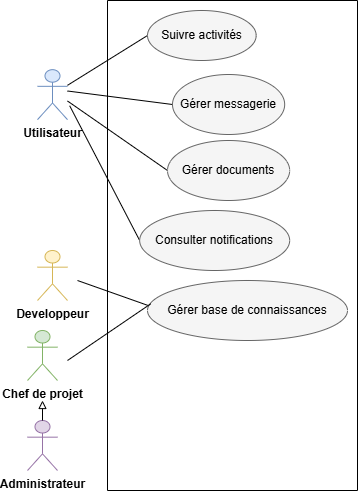
rihab-dev/Rapport-PFE keeps this draw.io diagram as Images/Diagramme cas d'utilisation Sprint 4.drawio.png. Above is the earlier version. Source tidied: cells renumbered, new cells last; positions are measured from the earlier drawing's top-left corner, leaving out a move shared by most shapes.
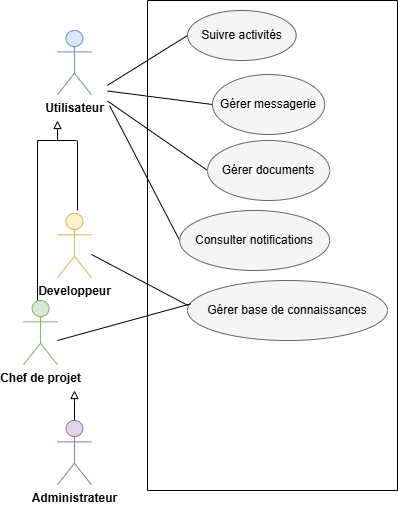
Above is the later version.

What changed in the source:
```diff
@@ -2,30 +2,29 @@
   <root>
     <mxCell id="0" />
     <mxCell id="1" parent="0" />
-    <mxCell id="2" value="&lt;b&gt;Utilisateur&lt;/b&gt;" style="shape=umlActor;verticalLabelPosition=bottom;verticalAlign=top;html=1;outlineConnect=0;fillColor=#dae8fc;strokeColor=#6c8ebf;" parent="1" vertex="1">
-      <mxGeometry x="10" y="69.2" width="30" height="50" as="geometry" />
-    </mxCell>
-    <mxCell id="3" style="endArrow=none;html=1;rounded=0;entryX=0;entryY=0.5;entryDx=0;entryDy=0;" parent="1" edge="1" source="2" target="6">
-      <mxGeometry relative="1" as="geometry" />
-    </mxCell>
-    <mxCell id="4" style="endArrow=none;html=1;rounded=0;entryX=0;entryY=0.5;entryDx=0;entryDy=0;" parent="1" edge="1" target="10">
-      <mxGeometry relative="1" as="geometry">
-        <mxPoint x="40" y="100.5" as="sourcePoint" />
-      </mxGeometry>
-    </mxCell>
-    <mxCell id="5" style="endArrow=none;html=1;rounded=0;entryX=0;entryY=0.5;entryDx=0;entryDy=0;" parent="1" edge="1" target="11">
-      <mxGeometry relative="1" as="geometry">
-        <mxPoint x="40" y="90.5" as="sourcePoint" />
-      </mxGeometry>
-    </mxCell>
+    <mxCell id="19" style="endArrow=none;html=1;rounded=0;entryX=0;entryY=0.5;entryDx=0;entryDy=0;" parent="1" edge="1" target="6">
+      <mxGeometry relative="1" as="geometry">
+        <mxPoint x="40" y="84.8" as="sourcePoint" />
+      </mxGeometry>
+    </mxCell>
+    <mxCell id="20" style="endArrow=none;html=1;rounded=0;entryX=0;entryY=0.5;entryDx=0;entryDy=0;" parent="1" edge="1" target="10">
+      <mxGeometry relative="1" as="geometry">
+        <mxPoint x="40" y="100.5" as="sourcePoint" />
+      </mxGeometry>
+    </mxCell>
+    <mxCell id="21" style="endArrow=none;html=1;rounded=0;entryX=0;entryY=0.5;entryDx=0;entryDy=0;" parent="1" edge="1" target="11">
+      <mxGeometry relative="1" as="geometry">
+        <mxPoint x="40" y="90.5" as="sourcePoint" />
+      </mxGeometry>
+    </mxCell>
     <mxCell id="6" value="&lt;span style=&quot;white-space: pre-wrap;&quot;&gt;Suivre activités&lt;/span&gt;" style="ellipse;whiteSpace=wrap;html=1;fillColor=#f5f5f5;fontColor=#000000;strokeColor=#666666;" parent="1" vertex="1">
       <mxGeometry x="120" y="10" width="108.7" height="50" as="geometry" />
     </mxCell>
-    <mxCell id="7" style="endArrow=none;html=1;rounded=0;entryX=0;entryY=0.5;entryDx=0;entryDy=0;" parent="1" edge="1" target="9">
-      <mxGeometry relative="1" as="geometry">
-        <mxPoint x="42.2" y="105.2" as="sourcePoint" />
-      </mxGeometry>
-    </mxCell>
+    <mxCell id="22" style="endArrow=none;html=1;rounded=0;entryX=0;entryY=0.5;entryDx=0;entryDy=0;" parent="1" edge="1" target="9">
+      <mxGeometry relative="1" as="geometry">
+        <mxPoint x="42.2" y="105.2" as="sourcePoint" />
+      </mxGeometry>
+    </mxCell>
     <mxCell id="8" style="swimlane;startSize=0;" parent="1" vertex="1">
       <mxGeometry x="80" width="250" height="490" as="geometry" />
     </mxCell>
@@ -41,29 +40,57 @@
     <mxCell id="12" value="&lt;span style=&quot;--tw-border-spacing-x: 0; --tw-border-spacing-y: 0; --tw-translate-x: 0; --tw-translate-y: 0; --tw-rotate: 0; --tw-skew-x: 0; --tw-skew-y: 0; --tw-scale-x: 1; --tw-scale-y: 1; --tw-pan-x: ; --tw-pan-y: ; --tw-pinch-zoom: ; --tw-scroll-snap-strictness: proximity; --tw-gradient-from-position: ; --tw-gradient-via-position: ; --tw-gradient-to-position: ; --tw-ordinal: ; --tw-slashed-zero: ; --tw-numeric-figure: ; --tw-numeric-spacing: ; --tw-numeric-fraction: ; --tw-ring-inset: ; --tw-ring-offset-width: 0px; --tw-ring-offset-color: light-dark(#fff, #000000); --tw-ring-color: rgb(67 128 180 / .5); --tw-ring-offset-shadow: 0 0 #0000; --tw-ring-shadow: 0 0 #0000; --tw-shadow: 0 0 #0000; --tw-shadow-colored: 0 0 #0000; --tw-blur: ; --tw-brightness: ; --tw-contrast: ; --tw-grayscale: ; --tw-hue-rotate: ; --tw-invert: ; --tw-saturate: ; --tw-sepia: ; --tw-drop-shadow: ; --tw-backdrop-blur: ; --tw-backdrop-brightness: ; --tw-backdrop-contrast: ; --tw-backdrop-grayscale: ; --tw-backdrop-hue-rotate: ; --tw-backdrop-invert: ; --tw-backdrop-opacity: ; --tw-backdrop-saturate: ; --tw-backdrop-sepia: ; --tw-contain-size: ; --tw-contain-layout: ; --tw-contain-paint: ; --tw-contain-style: ; box-sizing: border-box; border-width: 0px; border-style: solid; border-color: rgb(229, 231, 235); text-align: start; background-color: rgb(245, 245, 245);&quot;&gt;&lt;font style=&quot;&quot;&gt;Gérer base de connaissances&lt;/font&gt;&lt;/span&gt;" style="ellipse;whiteSpace=wrap;html=1;fillColor=#f5f5f5;fontColor=#000000;strokeColor=#666666;" parent="8" vertex="1">
       <mxGeometry x="40" y="280" width="200" height="60" as="geometry" />
     </mxCell>
+    <mxCell id="23" style="endArrow=none;html=1;rounded=0;entryX=0.001;entryY=0.414;entryDx=0;entryDy=0;entryPerimeter=0;" parent="1" edge="1" source="13" target="12">
+      <mxGeometry relative="1" as="geometry" />
+    </mxCell>
+    <mxCell id="24" style="endArrow=none;html=1;rounded=0;entryX=0.016;entryY=0.389;entryDx=0;entryDy=0;entryPerimeter=0;" parent="1" edge="1" target="12">
+      <mxGeometry relative="1" as="geometry">
+        <mxPoint x="-10" y="340" as="sourcePoint" />
+      </mxGeometry>
+    </mxCell>
+    <mxCell id="2" value="&lt;b&gt;Utilisateur&lt;/b&gt;" style="shape=umlActor;verticalLabelPosition=bottom;verticalAlign=top;html=1;outlineConnect=0;fillColor=#dae8fc;strokeColor=#6c8ebf;" parent="1" vertex="1">
+      <mxGeometry x="-10" y="30" width="33.9" height="64.2" as="geometry" />
+    </mxCell>
+    <mxCell id="25" style="edgeStyle=orthogonalEdgeStyle;rounded=0;orthogonalLoop=1;jettySize=auto;html=1;endArrow=block;endFill=0;" parent="1" edge="1">
+      <mxGeometry relative="1" as="geometry">
+        <mxPoint x="-9.9" y="140" as="sourcePoint" />
+        <mxPoint x="-10" y="120" as="targetPoint" />
+      </mxGeometry>
+    </mxCell>
     <mxCell id="13" value="&lt;b&gt;Developpeur&lt;/b&gt;" style="shape=umlActor;verticalLabelPosition=bottom;verticalAlign=top;html=1;outlineConnect=0;fillColor=#fff2cc;strokeColor=#d6b656;" parent="1" vertex="1">
-      <mxGeometry x="10" y="250" width="30" height="50" as="geometry" />
+      <mxGeometry x="-10" y="212.9" width="33.9" height="64.2" as="geometry" />
     </mxCell>
     <mxCell id="14" value="&lt;b&gt;Chef de projet&lt;/b&gt;" style="shape=umlActor;verticalLabelPosition=bottom;verticalAlign=top;html=1;fillColor=#d5e8d4;strokeColor=#82b366;" parent="1" vertex="1">
-      <mxGeometry y="330" width="30" height="50" as="geometry" />
+      <mxGeometry x="-43.9" y="300" width="33.9" height="64.2" as="geometry" />
     </mxCell>
+    <mxCell id="26" style="edgeStyle=orthogonalEdgeStyle;rounded=0;jettySize=auto;html=1;endArrow=block;endFill=0;" parent="1" edge="1" source="15">
+      <mxGeometry relative="1" as="geometry">
+        <mxPoint x="7" y="390" as="targetPoint" />
+      </mxGeometry>
+    </mxCell>
     <mxCell id="15" value="&lt;b&gt;Administrateur&lt;/b&gt;" style="shape=umlActor;verticalLabelPosition=bottom;verticalAlign=top;html=1;outlineConnect=0;fillColor=#e1d5e7;strokeColor=#9673a6;" parent="1" vertex="1">
-      <mxGeometry y="420" width="30" height="50" as="geometry" />
+      <mxGeometry x="-10" y="420" width="33.9" height="64.2" as="geometry" />
     </mxCell>
-    <mxCell id="16" style="endArrow=block;html=1;rounded=0;exitX=0.5;exitY=0;exitDx=0;exitDy=0;exitPerimeter=0;endFill=0;" parent="1" edge="1" source="15">
-      <mxGeometry relative="1" as="geometry">
-        <mxPoint x="15" y="400" as="targetPoint" />
-      </mxGeometry>
-    </mxCell>
-    <mxCell id="17" style="endArrow=none;html=1;rounded=0;entryX=0.001;entryY=0.414;entryDx=0;entryDy=0;entryPerimeter=0;" parent="1" edge="1" target="12">
-      <mxGeometry relative="1" as="geometry">
-        <mxPoint x="50" y="280" as="sourcePoint" />
-      </mxGeometry>
-    </mxCell>
-    <mxCell id="18" style="endArrow=none;html=1;rounded=0;entryX=0.016;entryY=0.389;entryDx=0;entryDy=0;entryPerimeter=0;" parent="1" edge="1" target="12">
-      <mxGeometry relative="1" as="geometry">
-        <mxPoint x="40" y="360" as="sourcePoint" />
-      </mxGeometry>
-    </mxCell>
+    <mxCell id="27" style="endArrow=none;html=1;rounded=0;" parent="1" edge="1">
+      <mxGeometry relative="1" as="geometry">
+        <mxPoint x="-30" y="140" as="sourcePoint" />
+        <mxPoint x="9" y="140" as="targetPoint" />
+        <Array as="points">
+          <mxPoint x="-11" y="140" />
+        </Array>
+      </mxGeometry>
+    </mxCell>
+    <mxCell id="28" style="endArrow=none;html=1;rounded=0;" parent="1" edge="1">
+      <mxGeometry relative="1" as="geometry">
+        <mxPoint x="-30" y="300" as="sourcePoint" />
+        <mxPoint x="-30" y="140" as="targetPoint" />
+      </mxGeometry>
+    </mxCell>
+    <mxCell id="29" style="endArrow=none;html=1;rounded=0;" parent="1" edge="1">
+      <mxGeometry relative="1" as="geometry">
+        <mxPoint x="10" y="210" as="sourcePoint" />
+        <mxPoint x="10" y="140" as="targetPoint" />
+      </mxGeometry>
+    </mxCell>
   </root>
 </mxGraphModel>
```
